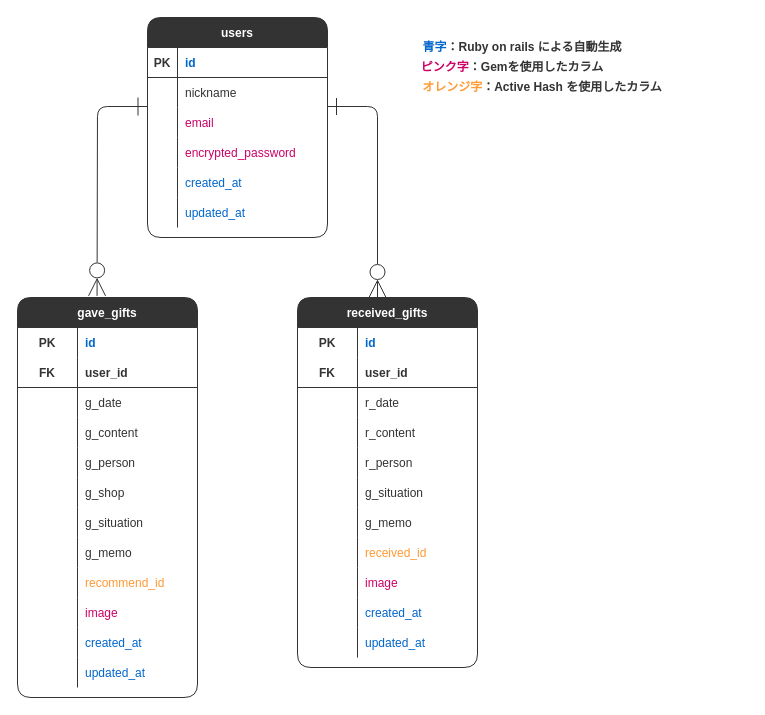
The draw.io diagram er.dio in maimium/giftlog-37925, before the edit. Source tidied: cells renumbered, new cells numbered last; positions are measured from the earlier drawing's top-left corner, leaving out a move shared by most shapes. Both pictures are drawn from the tidied source at 100%, with x=0, y=0 at pixel (17, 17).
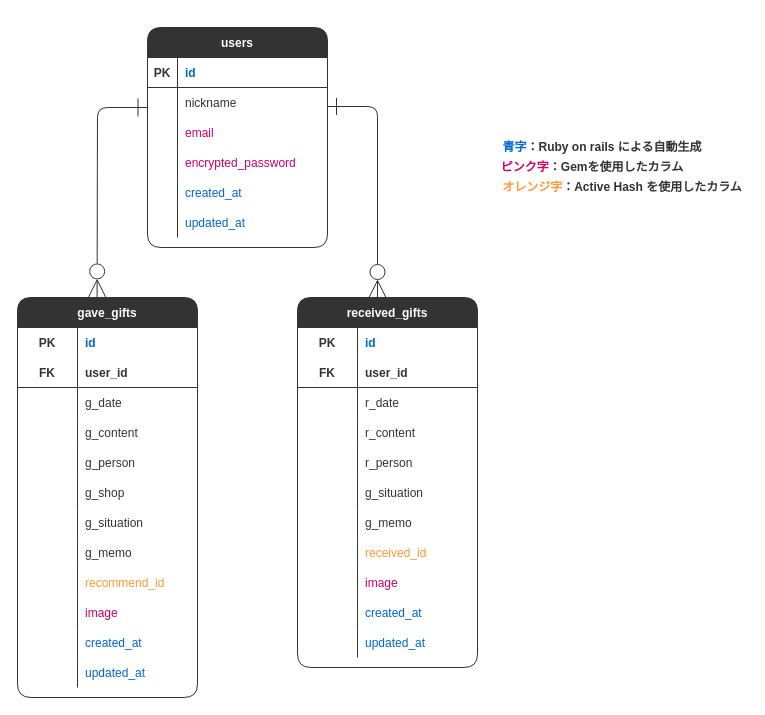
Above is the later version.

Unchanged cells that the change refers to:
```xml
<mxCell id="21" value="gave_gifts" style="shape=table;startSize=30;childLayout=tableLayout;rowLines=0;fontStyle=1;align=center;rounded=1;labelBorderColor=none;fontColor=#FFFFFF;strokeColor=#333333;fillColor=#333333;swimlaneFillColor=#FFFFFF;" parent="1" vertex="1">
  <mxGeometry y="280" width="180" height="400" as="geometry" />
</mxCell>
```

The edit, as a diff of the source:
```diff
@@
-<mxGraphModel background="#ffffff">
+<mxGraphModel background="#FFFFFF">
@@
     <mxCell id="2" value="users" style="shape=table;startSize=30;childLayout=tableLayout;rowLines=0;fontStyle=1;align=center;rounded=1;labelBorderColor=none;fontColor=#FFFFFF;strokeColor=#333333;swimlaneFillColor=#FFFFFF;fillColor=#333333;" parent="1" vertex="1">
-      <mxGeometry x="130" width="180" height="220" as="geometry" />
+      <mxGeometry x="130" y="10" width="180" height="220" as="geometry" />
     </mxCell>
@@
     <mxCell id="92" value="&lt;font color=&quot;#0066cc&quot;&gt;青字&lt;/font&gt;：Ruby on rails による自動生成" style="text;html=1;strokeColor=none;fillColor=none;align=center;verticalAlign=middle;whiteSpace=wrap;overflow=hidden;rounded=1;labelBorderColor=none;fontColor=#333333;fontStyle=1;" parent="1" vertex="1">
-      <mxGeometry x="400" y="20" width="210" height="20" as="geometry" />
+      <mxGeometry x="480" y="120" width="210" height="20" as="geometry" />
     </mxCell>
     <mxCell id="93" value="&lt;font color=&quot;#cc0066&quot;&gt;ピンク字&lt;/font&gt;：Gemを使用したカラム" style="text;html=1;strokeColor=none;fillColor=none;align=center;verticalAlign=middle;whiteSpace=wrap;overflow=hidden;rounded=1;labelBorderColor=none;fontColor=#333333;fontStyle=1;" parent="1" vertex="1">
-      <mxGeometry x="400" y="40" width="190" height="20" as="geometry" />
+      <mxGeometry x="480" y="140" width="190" height="20" as="geometry" />
     </mxCell>
     <mxCell id="94" value="&lt;font color=&quot;#ff9933&quot;&gt;オレンジ字&lt;/font&gt;：Active Hash を使用したカラム" style="text;html=1;strokeColor=none;fillColor=none;align=center;verticalAlign=middle;whiteSpace=wrap;overflow=hidden;rounded=1;labelBorderColor=none;fontColor=#333333;fontStyle=1;arcSize=50;" parent="1" vertex="1">
-      <mxGeometry x="400" y="60" width="250" height="20" as="geometry" />
+      <mxGeometry x="480" y="160" width="250" height="20" as="geometry" />
     </mxCell>
-    <mxCell id="95" style="edgeStyle=none;html=1;entryX=0.442;entryY=-0.004;entryDx=0;entryDy=0;entryPerimeter=0;labelBorderColor=#333333;fontColor=#0066CC;strokeColor=#333333;exitX=-0.003;exitY=-0.133;exitDx=0;exitDy=0;exitPerimeter=0;endArrow=ERzeroToMany;endFill=0;startSize=16;endSize=15;startArrow=ERone;startFill=0;" parent="1" edge="1" target="21">
+    <mxCell id="95" style="edgeStyle=none;html=1;entryX=0.442;entryY=-0.004;entryDx=0;entryDy=0;entryPerimeter=0;labelBorderColor=#333333;fontColor=#0066CC;strokeColor=#333333;exitX=-0.003;exitY=-0.133;exitDx=0;exitDy=0;exitPerimeter=0;endArrow=ERzeroToMany;endFill=0;startSize=16;endSize=15;startArrow=ERone;startFill=0;" parent="1" edge="1">
       <mxGeometry relative="1" as="geometry">
-        <mxPoint x="129.5" y="89" as="sourcePoint" />
+        <mxPoint x="129.5" y="90" as="sourcePoint" />
+        <mxPoint x="79.6" y="279.4" as="targetPoint" />
         <Array as="points">
-          <mxPoint x="80" y="89" />
+          <mxPoint x="80" y="90" />
         </Array>
       </mxGeometry>
     </mxCell>
```
